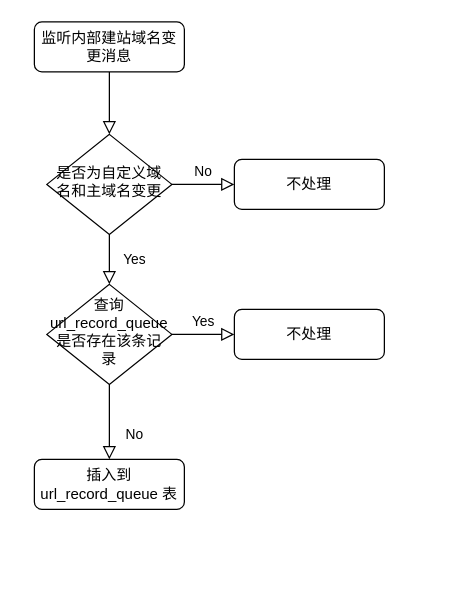
The draw.io diagram url_record.drawio in silan-liu/drawio, before the edit. Source tidied: cells renumbered, new cells numbered last; positions are measured from the earlier drawing's top-left corner, leaving out a move shared by most shapes. Both pictures are drawn from the tidied source at 125%, with x=0, y=0 at pixel (34, 21).
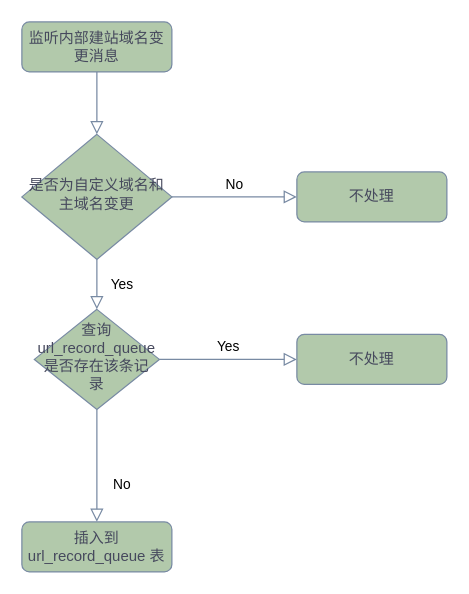
The same diagram, later.

Diff of the diagram source:
```diff
@@
 <mxGraphModel>
   <root>
     <mxCell id="0" />
     <mxCell id="1" parent="0" />
-    <mxCell id="2" style="rounded=0;html=1;jettySize=auto;fontSize=11;endArrow=block;endFill=0;endSize=8;strokeWidth=1;shadow=0;labelBackgroundColor=none;edgeStyle=orthogonalEdgeStyle;" parent="1" edge="1" source="3" target="6">
+    <mxCell id="2" style="rounded=0;html=1;jettySize=auto;fontSize=11;endArrow=block;endFill=0;endSize=8;strokeWidth=1;shadow=0;labelBackgroundColor=none;edgeStyle=orthogonalEdgeStyle;strokeColor=#788AA3;fontColor=default;" parent="1" edge="1" source="3" target="6">
       <mxGeometry relative="1" as="geometry" />
     </mxCell>
-    <mxCell id="3" value="监听内部建站域名变更消息" style="rounded=1;whiteSpace=wrap;html=1;fontSize=12;glass=0;strokeWidth=1;shadow=0;" parent="1" vertex="1">
-      <mxGeometry width="120" height="40" as="geometry" />
+    <mxCell id="3" value="监听内部建站域名变更消息" style="rounded=1;whiteSpace=wrap;html=1;fontSize=12;glass=0;strokeWidth=1;shadow=0;labelBackgroundColor=none;fillColor=#B2C9AB;strokeColor=#788AA3;fontColor=#46495D;" parent="1" vertex="1">
+      <mxGeometry x="-10" width="120" height="40" as="geometry" />
     </mxCell>
-    <mxCell id="4" value="Yes" style="rounded=0;html=1;jettySize=auto;fontSize=11;endArrow=block;endFill=0;endSize=8;strokeWidth=1;shadow=0;labelBackgroundColor=none;edgeStyle=orthogonalEdgeStyle;" parent="1" edge="1" source="6" target="10">
+    <mxCell id="4" value="Yes" style="rounded=0;html=1;jettySize=auto;fontSize=11;endArrow=block;endFill=0;endSize=8;strokeWidth=1;shadow=0;labelBackgroundColor=none;edgeStyle=orthogonalEdgeStyle;strokeColor=#788AA3;fontColor=default;" parent="1" edge="1" source="6" target="10">
       <mxGeometry y="20" relative="1" as="geometry" />
     </mxCell>
-    <mxCell id="5" value="No" style="edgeStyle=orthogonalEdgeStyle;rounded=0;html=1;jettySize=auto;fontSize=11;endArrow=block;endFill=0;endSize=8;strokeWidth=1;shadow=0;labelBackgroundColor=none;" parent="1" edge="1" source="6" target="7">
+    <mxCell id="5" value="No" style="edgeStyle=orthogonalEdgeStyle;rounded=0;html=1;jettySize=auto;fontSize=11;endArrow=block;endFill=0;endSize=8;strokeWidth=1;shadow=0;labelBackgroundColor=none;strokeColor=#788AA3;fontColor=default;" parent="1" edge="1" source="6" target="7">
       <mxGeometry y="10" relative="1" as="geometry" />
     </mxCell>
-    <mxCell id="6" value="是否为自定义域名和主域名变更" style="rhombus;whiteSpace=wrap;html=1;shadow=0;fontFamily=Helvetica;fontSize=12;align=center;strokeWidth=1;spacing=6;spacingTop=-4;" parent="1" vertex="1">
-      <mxGeometry x="10" y="90" width="100" height="80" as="geometry" />
+    <mxCell id="6" value="是否为自定义域名和主域名变更" style="rhombus;whiteSpace=wrap;html=1;shadow=0;fontFamily=Helvetica;fontSize=12;align=center;strokeWidth=1;spacing=6;spacingTop=-4;labelBackgroundColor=none;fillColor=#B2C9AB;strokeColor=#788AA3;fontColor=#46495D;" parent="1" vertex="1">
+      <mxGeometry x="-10" y="90" width="120" height="100" as="geometry" />
     </mxCell>
-    <mxCell id="7" value="不处理" style="rounded=1;whiteSpace=wrap;html=1;fontSize=12;glass=0;strokeWidth=1;shadow=0;" parent="1" vertex="1">
-      <mxGeometry x="160" y="110" width="120" height="40" as="geometry" />
+    <mxCell id="7" value="不处理" style="rounded=1;whiteSpace=wrap;html=1;fontSize=12;glass=0;strokeWidth=1;shadow=0;labelBackgroundColor=none;fillColor=#B2C9AB;strokeColor=#788AA3;fontColor=#46495D;" parent="1" vertex="1">
+      <mxGeometry x="210" y="120" width="120" height="40" as="geometry" />
     </mxCell>
-    <mxCell id="8" value="No" style="rounded=0;html=1;jettySize=auto;fontSize=11;endArrow=block;endFill=0;endSize=8;strokeWidth=1;shadow=0;labelBackgroundColor=none;edgeStyle=orthogonalEdgeStyle;" parent="1" edge="1" source="10" target="11">
+    <mxCell id="8" value="No" style="rounded=0;html=1;jettySize=auto;fontSize=11;endArrow=block;endFill=0;endSize=8;strokeWidth=1;shadow=0;labelBackgroundColor=none;edgeStyle=orthogonalEdgeStyle;strokeColor=#788AA3;fontColor=default;" parent="1" edge="1" source="10" target="11">
       <mxGeometry x="0.33" y="20" relative="1" as="geometry" />
     </mxCell>
-    <mxCell id="9" value="Yes" style="edgeStyle=orthogonalEdgeStyle;rounded=0;html=1;jettySize=auto;fontSize=11;endArrow=block;endFill=0;endSize=8;strokeWidth=1;shadow=0;labelBackgroundColor=none;" parent="1" edge="1" source="10" target="12">
+    <mxCell id="9" value="Yes" style="edgeStyle=orthogonalEdgeStyle;rounded=0;html=1;jettySize=auto;fontSize=11;endArrow=block;endFill=0;endSize=8;strokeWidth=1;shadow=0;labelBackgroundColor=none;strokeColor=#788AA3;fontColor=default;" parent="1" edge="1" source="10" target="12">
       <mxGeometry y="10" relative="1" as="geometry" />
     </mxCell>
-    <mxCell id="10" value="查询 url_record_queue 是否存在该条记录" style="rhombus;whiteSpace=wrap;html=1;shadow=0;fontFamily=Helvetica;fontSize=12;align=center;strokeWidth=1;spacing=6;spacingTop=-4;" parent="1" vertex="1">
-      <mxGeometry x="10" y="210" width="100" height="80" as="geometry" />
+    <mxCell id="10" value="查询 url_record_queue 是否存在该条记录" style="rhombus;whiteSpace=wrap;html=1;shadow=0;fontFamily=Helvetica;fontSize=12;align=center;strokeWidth=1;spacing=6;spacingTop=-4;labelBackgroundColor=none;fillColor=#B2C9AB;strokeColor=#788AA3;fontColor=#46495D;" parent="1" vertex="1">
+      <mxGeometry y="230" width="100" height="80" as="geometry" />
     </mxCell>
-    <mxCell id="11" value="插入到 url_record_queue 表" style="rounded=1;whiteSpace=wrap;html=1;fontSize=12;glass=0;strokeWidth=1;shadow=0;" parent="1" vertex="1">
-      <mxGeometry y="350" width="120" height="40" as="geometry" />
+    <mxCell id="11" value="插入到 url_record_queue 表" style="rounded=1;whiteSpace=wrap;html=1;fontSize=12;glass=0;strokeWidth=1;shadow=0;labelBackgroundColor=none;fillColor=#B2C9AB;strokeColor=#788AA3;fontColor=#46495D;" parent="1" vertex="1">
+      <mxGeometry x="-10" y="400" width="120" height="40" as="geometry" />
     </mxCell>
-    <mxCell id="12" value="不处理" style="rounded=1;whiteSpace=wrap;html=1;fontSize=12;glass=0;strokeWidth=1;shadow=0;" parent="1" vertex="1">
-      <mxGeometry x="160" y="230" width="120" height="40" as="geometry" />
+    <mxCell id="12" value="不处理" style="rounded=1;whiteSpace=wrap;html=1;fontSize=12;glass=0;strokeWidth=1;shadow=0;labelBackgroundColor=none;fillColor=#B2C9AB;strokeColor=#788AA3;fontColor=#46495D;" parent="1" vertex="1">
+      <mxGeometry x="210" y="250" width="120" height="40" as="geometry" />
     </mxCell>
   </root>
 </mxGraphModel>
```
